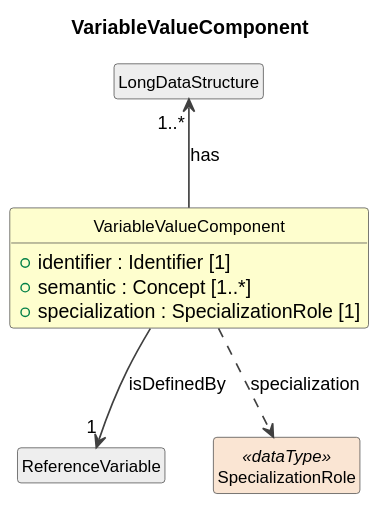
Above: build/field-level-documentation/CDIFDataStructure/Classes/VariableValueComponent.svg in Cross-Domain-Interoperability-Framework/metadataBuildingBlocks (PlantUML), before the change. The source it was exported from:
```plantuml
@startuml
title VariableValueComponent
hide circle
hide empty members
skinparam shadowing false
skinparam ArrowThickness 1.2
skinparam class {
  ArrowColor #404040
  BorderColor #404040
  FontSize 12
}

class "VariableValueComponent" as VariableValueComponent #FEFECE {
  +identifier : Identifier [1]
  +semantic : Concept [1..*]
  +specialization : SpecializationRole [1]
}
class "LongDataStructure" as LongDataStructure #EEEEEE
LongDataStructure "1..*" <-- VariableValueComponent : has
class "ReferenceVariable" as ReferenceVariable #EEEEEE
VariableValueComponent --> "1" ReferenceVariable : isDefinedBy
class "SpecializationRole" as SpecializationRole <<dataType>> #FAE5D3
VariableValueComponent ..> SpecializationRole : specialization
@enduml
```
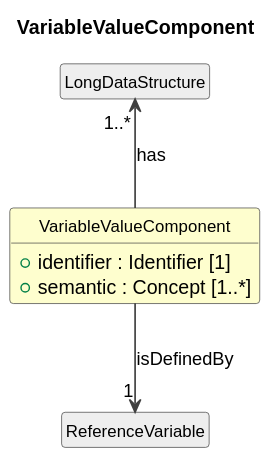
After the commit.

Change to the diagram source:
```diff
@@ -13,12 +13,9 @@
 class "VariableValueComponent" as VariableValueComponent #FEFECE {
   +identifier : Identifier [1]
   +semantic : Concept [1..*]
-  +specialization : SpecializationRole [1]
 }
 class "LongDataStructure" as LongDataStructure #EEEEEE
 LongDataStructure "1..*" <-- VariableValueComponent : has
 class "ReferenceVariable" as ReferenceVariable #EEEEEE
 VariableValueComponent --> "1" ReferenceVariable : isDefinedBy
-class "SpecializationRole" as SpecializationRole <<dataType>> #FAE5D3
-VariableValueComponent ..> SpecializationRole : specialization
 @enduml
```
